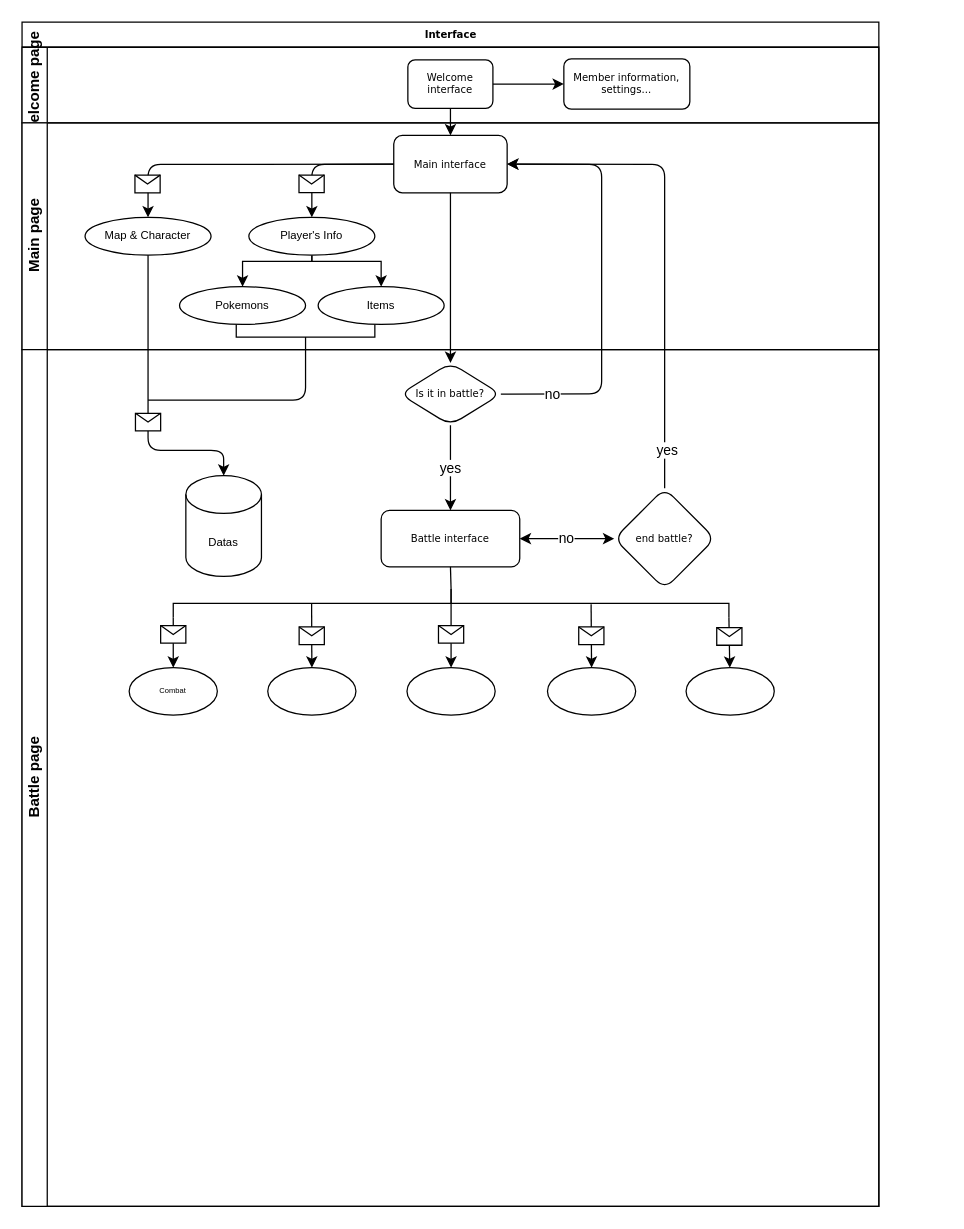
The draw.io diagram Untitled Diagram.drawio in OuNiSang/ELEC320_code, before the edit. Source tidied: cells renumbered, new cells numbered last; positions are measured from the earlier drawing's top-left corner, leaving out a move shared by most shapes. Both pictures are drawn from the tidied source at 126%, with x=0, y=0 at pixel (21, 21).
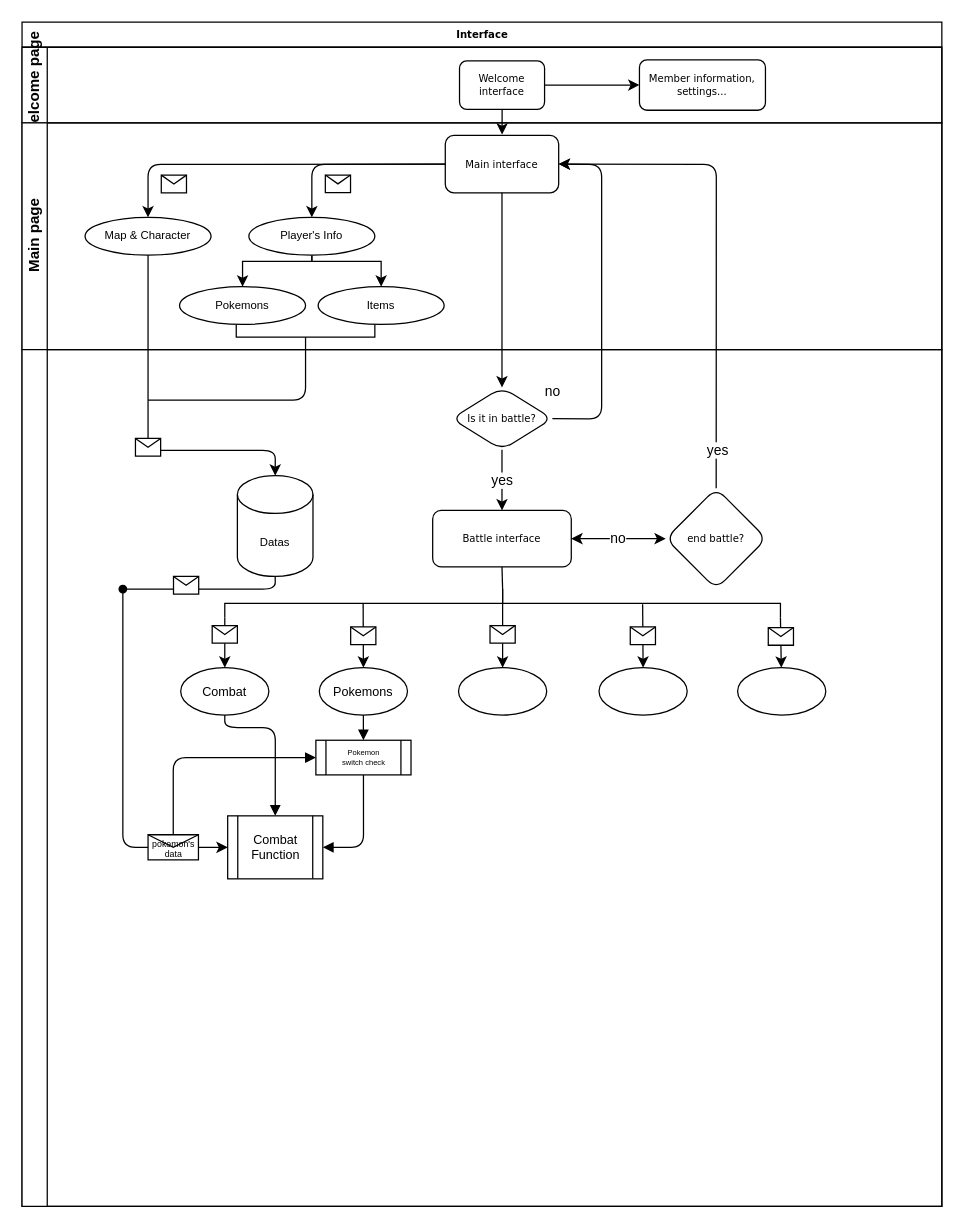
The same page after the edit.

The change refers to these unchanged cells:
```xml
<mxCell id="9" value="Map &amp;amp; Character" style="ellipse;whiteSpace=wrap;html=1;fontSize=9;" parent="7" vertex="1">
  <mxGeometry x="50" y="75" width="100" height="30" as="geometry" />
</mxCell>
```

Change to the diagram source:
```diff
@@
     <mxCell id="2" value="Interface" style="swimlane;html=1;horizontal=1;startSize=20;rounded=0;shadow=0;labelBackgroundColor=none;strokeWidth=1;fontFamily=Verdana;fontSize=8;align=center;" parent="1" vertex="1">
-      <mxGeometry width="680" height="940" as="geometry" />
+      <mxGeometry width="730" height="940" as="geometry" />
     </mxCell>
     <mxCell id="3" value="Welcome page" style="swimlane;html=1;startSize=20;horizontal=0;" parent="2" vertex="1">
-      <mxGeometry y="20" width="680" height="60" as="geometry" />
+      <mxGeometry y="20" width="730" height="60" as="geometry" />
     </mxCell>
     <mxCell id="4" value="Welcome interface" style="rounded=1;whiteSpace=wrap;html=1;shadow=0;labelBackgroundColor=none;strokeWidth=1;fontFamily=Verdana;fontSize=8;align=center;" parent="3" vertex="1">
-      <mxGeometry x="306.2" y="10" width="67.5" height="38.5" as="geometry" />
+      <mxGeometry x="347.2" y="10.8" width="67.5" height="38.5" as="geometry" />
     </mxCell>
     <mxCell id="5" value="Member information,&lt;br&gt;settings..." style="whiteSpace=wrap;html=1;rounded=1;shadow=0;fontFamily=Verdana;fontSize=8;strokeWidth=1;" parent="3" vertex="1">
-      <mxGeometry x="430" y="9.2" width="100" height="40" as="geometry" />
+      <mxGeometry x="490" y="10" width="100" height="40" as="geometry" />
     </mxCell>
@@
     <mxCell id="7" value="Main page" style="swimlane;html=1;startSize=20;horizontal=0;" parent="2" vertex="1">
-      <mxGeometry y="80" width="680" height="180" as="geometry" />
+      <mxGeometry y="80" width="730" height="180" as="geometry" />
     </mxCell>
     <mxCell id="8" value="Main interface" style="whiteSpace=wrap;html=1;rounded=1;shadow=0;fontFamily=Verdana;fontSize=8;strokeWidth=1;" parent="7" vertex="1">
-      <mxGeometry x="295" y="10" width="90" height="45.5" as="geometry" />
+      <mxGeometry x="335.9" y="10" width="90" height="45.5" as="geometry" />
     </mxCell>
@@
     <mxCell id="21" style="endArrow=classic;html=1;exitX=1;exitY=0.5;exitDx=0;exitDy=0;entryX=1;entryY=0.5;entryDx=0;entryDy=0;" parent="2" edge="1" source="28" target="8">
       <mxGeometry relative="1" as="geometry">
         <Array as="points">
-          <mxPoint x="460" y="295" />
+          <mxPoint x="460" y="315" />
           <mxPoint x="460" y="113" />
         </Array>
       </mxGeometry>
     </mxCell>
@@
     <mxCell id="23" style="endArrow=classic;html=1;exitX=0.5;exitY=0;exitDx=0;exitDy=0;entryX=1;entryY=0.5;entryDx=0;entryDy=0;" parent="2" edge="1" source="31" target="8">
       <mxGeometry relative="1" as="geometry">
         <Array as="points">
-          <mxPoint x="510" y="113" />
+          <mxPoint x="551" y="113" />
         </Array>
       </mxGeometry>
     </mxCell>
@@
     <mxCell id="25" style="endArrow=classic;html=1;fontSize=6;exitX=0.5;exitY=1;exitDx=0;exitDy=0;entryX=0.5;entryY=0;entryDx=0;entryDy=0;entryPerimeter=0;" parent="2" edge="1" source="9" target="33">
       <mxGeometry relative="1" as="geometry">
         <Array as="points">
           <mxPoint x="100" y="300" />
           <mxPoint x="100" y="340" />
-          <mxPoint x="160" y="340" />
+          <mxPoint x="201" y="340" />
         </Array>
       </mxGeometry>
     </mxCell>
@@
-    <mxCell id="27" value="Battle page" style="swimlane;html=1;startSize=20;horizontal=0;" parent="2" vertex="1">
-      <mxGeometry y="260" width="680" height="680" as="geometry" />
+    <mxCell id="27" value="&amp;nbsp;" style="swimlane;html=1;startSize=20;horizontal=0;" parent="2" vertex="1">
+      <mxGeometry y="260" width="730" height="680" as="geometry" />
     </mxCell>
     <mxCell id="28" value="Is it in battle?" style="rhombus;whiteSpace=wrap;html=1;rounded=1;shadow=0;fontFamily=Verdana;fontSize=8;strokeWidth=1;" parent="27" vertex="1">
-      <mxGeometry x="300" y="10.5" width="80" height="49.5" as="geometry" />
+      <mxGeometry x="340.9" y="30" width="80" height="49.5" as="geometry" />
     </mxCell>
     <mxCell id="29" value="Battle interface" style="whiteSpace=wrap;html=1;rounded=1;shadow=0;fontFamily=Verdana;fontSize=8;strokeWidth=1;" parent="27" vertex="1">
-      <mxGeometry x="285" y="127.6" width="110" height="44.8" as="geometry" />
+      <mxGeometry x="325.9" y="127.6" width="110" height="44.8" as="geometry" />
     </mxCell>
     <mxCell id="30" value="yes" style="edgeStyle=orthogonalEdgeStyle;rounded=0;jettySize=auto;html=1;" parent="27" edge="1" source="28" target="29">
       <mxGeometry relative="1" as="geometry">
         <Array as="points">
-          <mxPoint x="340" y="100" />
-          <mxPoint x="340" y="100" />
+          <mxPoint x="380.9" y="100" />
+          <mxPoint x="380.9" y="100" />
         </Array>
       </mxGeometry>
     </mxCell>
     <mxCell id="31" value="end battle?" style="rhombus;whiteSpace=wrap;html=1;rounded=1;shadow=0;fontFamily=Verdana;fontSize=8;strokeWidth=1;" parent="27" vertex="1">
-      <mxGeometry x="470" y="110" width="80" height="80" as="geometry" />
+      <mxGeometry x="510.9" y="110" width="80" height="80" as="geometry" />
     </mxCell>
     <mxCell id="32" value="no" style="endArrow=classic;startArrow=classic;html=1;entryX=1;entryY=0.5;entryDx=0;entryDy=0;" parent="27" edge="1" target="29">
       <mxGeometry relative="1" as="geometry">
-        <mxPoint x="470" y="150" as="sourcePoint" />
+        <mxPoint x="510.9" y="150" as="sourcePoint" />
         <Array as="points">
-          <mxPoint x="470" y="150" />
+          <mxPoint x="510.9" y="150" />
         </Array>
       </mxGeometry>
     </mxCell>
     <mxCell id="33" value="Datas" style="shape=cylinder3;whiteSpace=wrap;html=1;boundedLbl=1;backgroundOutline=1;size=15;fontSize=9;" parent="27" vertex="1">
-      <mxGeometry x="130" y="100" width="60" height="80" as="geometry" />
+      <mxGeometry x="170.9" y="100" width="60" height="80" as="geometry" />
     </mxCell>
@@
+    <mxCell id="53" style="edgeStyle=orthogonalEdgeStyle;rounded=1;jettySize=auto;html=1;entryX=0.5;entryY=0;entryDx=0;entryDy=0;endArrow=block;endFill=1;fontSize=6;" parent="27" edge="1" source="35" target="55">
+      <mxGeometry relative="1" as="geometry">
+        <Array as="points">
+          <mxPoint x="161" y="300" />
+          <mxPoint x="201" y="300" />
+        </Array>
+      </mxGeometry>
+    </mxCell>
-    <mxCell id="35" value="Combat" style="ellipse;whiteSpace=wrap;html=1;strokeWidth=1;fontSize=6;" parent="27" vertex="1">
-      <mxGeometry x="85" y="252.4" width="70" height="37.6" as="geometry" />
+    <mxCell id="35" value="&lt;font style=&quot;font-size: 10px&quot;&gt;Combat&lt;/font&gt;" style="ellipse;whiteSpace=wrap;html=1;strokeWidth=1;fontSize=6;" parent="27" vertex="1">
+      <mxGeometry x="125.9" y="252.4" width="70" height="37.6" as="geometry" />
     </mxCell>
+    <mxCell id="54" style="edgeStyle=orthogonalEdgeStyle;rounded=1;jettySize=auto;html=1;entryX=0.5;entryY=0;entryDx=0;entryDy=0;endArrow=block;endFill=1;fontSize=6;" parent="27" edge="1" source="36" target="59">
+      <mxGeometry relative="1" as="geometry" />
+    </mxCell>
-    <mxCell id="36" style="ellipse;whiteSpace=wrap;html=1;strokeWidth=1;fontSize=6;" parent="27" vertex="1">
-      <mxGeometry x="195" y="252.4" width="70" height="37.6" as="geometry" />
+    <mxCell id="36" value="&lt;font size=&quot;1&quot;&gt;Pokemons&lt;/font&gt;" style="ellipse;whiteSpace=wrap;html=1;strokeWidth=1;fontSize=6;" parent="27" vertex="1">
+      <mxGeometry x="235.9" y="252.4" width="70" height="37.6" as="geometry" />
     </mxCell>
     <mxCell id="37" style="ellipse;whiteSpace=wrap;html=1;strokeWidth=1;fontSize=6;" parent="27" vertex="1">
-      <mxGeometry x="305.5" y="252.4" width="70" height="37.6" as="geometry" />
+      <mxGeometry x="346.4" y="252.4" width="70" height="37.6" as="geometry" />
     </mxCell>
     <mxCell id="38" style="ellipse;whiteSpace=wrap;html=1;strokeWidth=1;fontSize=6;" parent="27" vertex="1">
-      <mxGeometry x="417" y="252.4" width="70" height="37.6" as="geometry" />
+      <mxGeometry x="457.9" y="252.4" width="70" height="37.6" as="geometry" />
     </mxCell>
     <mxCell id="39" style="ellipse;whiteSpace=wrap;html=1;strokeWidth=1;fontSize=6;" parent="27" vertex="1">
-      <mxGeometry x="527" y="252.4" width="70" height="37.6" as="geometry" />
+      <mxGeometry x="567.9" y="252.4" width="70" height="37.6" as="geometry" />
     </mxCell>
     <mxCell id="40" style="strokeWidth=1;html=1;shape=mxgraph.flowchart.annotation_2;align=left;labelPosition=right;fontSize=6;direction=south;" parent="27" vertex="1">
-      <mxGeometry x="120" y="190" width="441" height="22.6" as="geometry" />
+      <mxGeometry x="160.9" y="190" width="441" height="22.6" as="geometry" />
     </mxCell>
@@
+    <mxCell id="55" value="&lt;font style=&quot;font-size: 10px&quot;&gt;Combat Function&lt;/font&gt;" style="shape=process;whiteSpace=wrap;html=1;backgroundOutline=1;strokeWidth=1;fontSize=6;" parent="27" vertex="1">
+      <mxGeometry x="163.2" y="370" width="75.5" height="50" as="geometry" />
+    </mxCell>
+    <mxCell id="56" style="endArrow=oval;html=1;fontSize=6;exitX=0.5;exitY=1;exitDx=0;exitDy=0;exitPerimeter=0;endFill=1;" parent="27" edge="1" source="33">
+      <mxGeometry relative="1" as="geometry">
+        <mxPoint x="80" y="190" as="targetPoint" />
+        <Array as="points">
+          <mxPoint x="201" y="190" />
+        </Array>
+      </mxGeometry>
+    </mxCell>
+    <mxCell id="57" style="shape=message;html=1;" parent="56" vertex="1">
+      <mxGeometry width="20" height="14" relative="1" as="geometry">
+        <mxPoint x="-24.8" y="-10" as="offset" />
+      </mxGeometry>
+    </mxCell>
+    <mxCell id="58" style="edgeStyle=orthogonalEdgeStyle;rounded=1;jettySize=auto;html=1;exitX=0.5;exitY=1;exitDx=0;exitDy=0;entryX=1;entryY=0.5;entryDx=0;entryDy=0;endArrow=block;endFill=1;fontSize=6;" parent="27" edge="1" source="59" target="55">
+      <mxGeometry relative="1" as="geometry" />
+    </mxCell>
+    <mxCell id="59" value="Pokemon&lt;br&gt;switch check" style="shape=process;whiteSpace=wrap;html=1;backgroundOutline=1;strokeWidth=1;fontSize=6;" parent="27" vertex="1">
+      <mxGeometry x="233.2" y="310" width="75.5" height="27.5" as="geometry" />
+    </mxCell>
@@
+    <mxCell id="60" style="endArrow=classic;html=1;fontSize=6;entryX=0;entryY=0.5;entryDx=0;entryDy=0;" parent="1" edge="1" target="55">
+      <mxGeometry relative="1" as="geometry">
+        <mxPoint x="80" y="450" as="sourcePoint" />
+        <Array as="points">
+          <mxPoint x="80" y="560" />
+          <mxPoint x="80" y="655" />
+        </Array>
+      </mxGeometry>
+    </mxCell>
+    <mxCell id="61" value="&lt;p style=&quot;line-height: 50%&quot;&gt;&lt;font style=&quot;font-size: 7px&quot;&gt;pokemon's&lt;br&gt;&lt;/font&gt;&lt;font style=&quot;font-size: 7px&quot;&gt;data&lt;/font&gt;&lt;/p&gt;" style="shape=message;html=1;outlineConnect=0;" parent="60" vertex="1">
+      <mxGeometry width="40" height="20" relative="1" as="geometry">
+        <mxPoint x="20" y="51" as="offset" />
+      </mxGeometry>
+    </mxCell>
+    <mxCell id="62" style="edgeStyle=orthogonalEdgeStyle;rounded=1;jettySize=auto;html=1;exitX=0.5;exitY=0;exitDx=0;exitDy=0;entryX=0;entryY=0.5;entryDx=0;entryDy=0;endArrow=block;endFill=1;fontSize=6;" parent="60" edge="1" source="61" target="59">
+      <mxGeometry relative="1" as="geometry" />
+    </mxCell>
```
